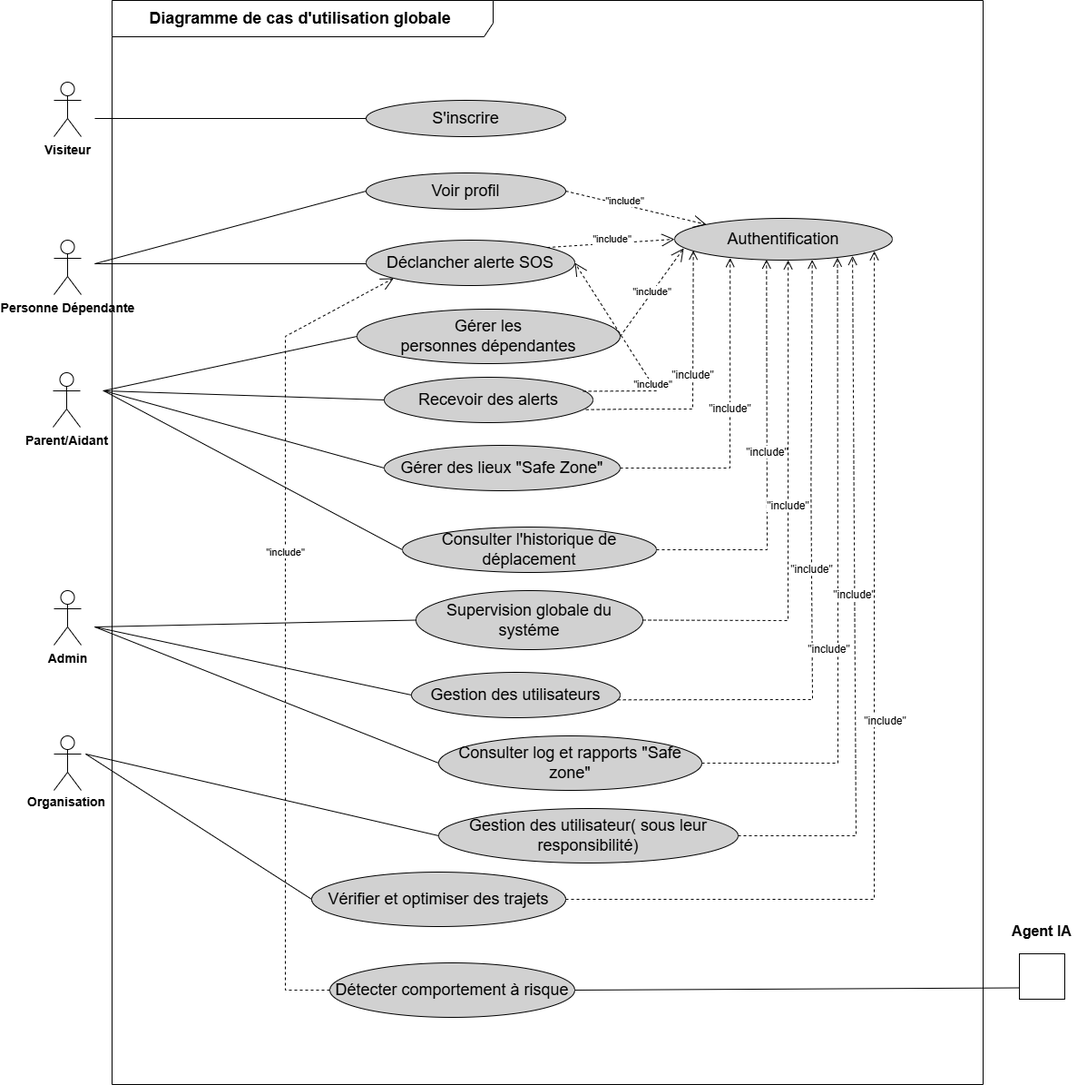
Before: images/uc globale finale.png, a diagram exported from draw.io (Hadil-fk/SafeTrack-rapport). Source tidied: cells renumbered, new cells last; positions are measured from the earlier drawing's top-left corner, leaving out a move shared by most shapes.
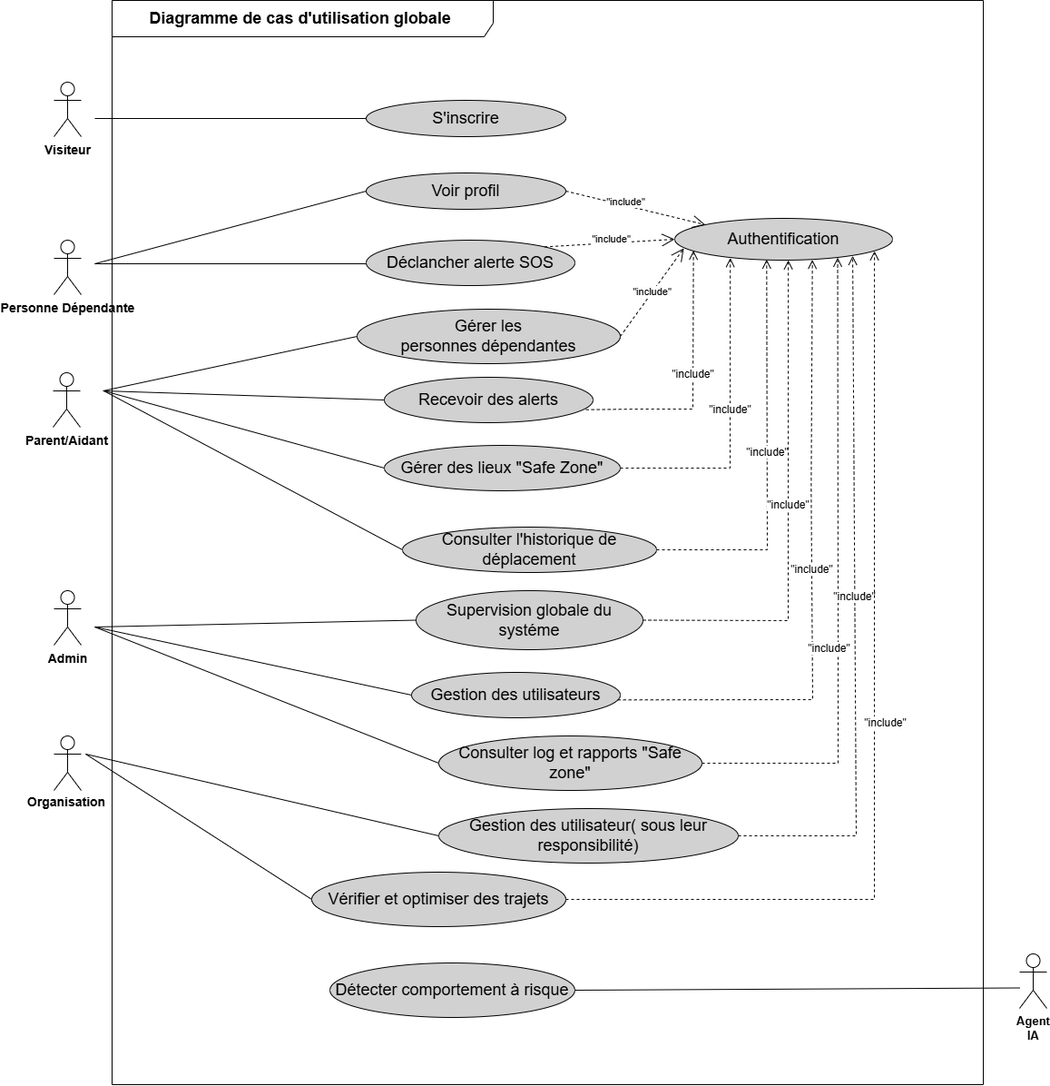
After the commit.

Change to the diagram source:
```diff
@@ -20,17 +20,17 @@
     <mxCell id="7" value="&lt;font style=&quot;font-size: 18px;&quot;&gt;Déclancher alerte SOS&lt;/font&gt;" style="ellipse;whiteSpace=wrap;html=1;fillColor=#D1D1D1;" parent="1" vertex="1">
       <mxGeometry x="360" y="264" width="230" height="50" as="geometry" />
     </mxCell>
-    <mxCell id="8" style="endArrow=none;html=1;rounded=0;entryX=0;entryY=0.5;entryDx=0;entryDy=0;" parent="1" edge="1" target="6">
-      <mxGeometry relative="1" as="geometry">
-        <mxPoint x="61" y="290" as="sourcePoint" />
-      </mxGeometry>
-    </mxCell>
-    <mxCell id="9" style="endArrow=none;html=1;rounded=0;" parent="1" edge="1">
-      <mxGeometry relative="1" as="geometry">
-        <mxPoint x="61" y="290" as="sourcePoint" />
-        <mxPoint x="360" y="290" as="targetPoint" />
-      </mxGeometry>
-    </mxCell>
+    <mxCell id="52" style="endArrow=none;html=1;rounded=0;entryX=0;entryY=0.5;entryDx=0;entryDy=0;" parent="1" edge="1" target="6">
+      <mxGeometry relative="1" as="geometry">
+        <mxPoint x="61" y="290" as="sourcePoint" />
+      </mxGeometry>
+    </mxCell>
+    <mxCell id="53" style="endArrow=none;html=1;rounded=0;" parent="1" edge="1">
+      <mxGeometry relative="1" as="geometry">
+        <mxPoint x="61" y="290" as="sourcePoint" />
+        <mxPoint x="360" y="290" as="targetPoint" />
+      </mxGeometry>
+    </mxCell>
     <mxCell id="10" value="&lt;font style=&quot;font-size: 18px;&quot;&gt;Authentification&lt;/font&gt;" style="ellipse;whiteSpace=wrap;html=1;fillColor=#D1D1D1;" parent="1" vertex="1">
       <mxGeometry x="700" y="240" width="240" height="46" as="geometry" />
     </mxCell>
@@ -52,27 +52,27 @@
     <mxCell id="16" value="&lt;font style=&quot;font-size: 18px;&quot;&gt;Consulter l'historique de déplacement&lt;/font&gt;" style="ellipse;whiteSpace=wrap;html=1;fillColor=#D1D1D1;" parent="1" vertex="1">
       <mxGeometry x="400" y="580" width="280" height="50" as="geometry" />
     </mxCell>
-    <mxCell id="17" style="endArrow=none;html=1;rounded=0;entryX=0;entryY=0.5;entryDx=0;entryDy=0;" parent="1" edge="1" target="13">
-      <mxGeometry relative="1" as="geometry">
-        <mxPoint x="70" y="430" as="sourcePoint" />
-      </mxGeometry>
-    </mxCell>
-    <mxCell id="18" style="endArrow=none;html=1;rounded=0;" parent="1" edge="1">
-      <mxGeometry relative="1" as="geometry">
-        <mxPoint x="71" y="430" as="sourcePoint" />
-        <mxPoint x="380" y="440" as="targetPoint" />
-      </mxGeometry>
-    </mxCell>
-    <mxCell id="19" style="endArrow=none;html=1;rounded=0;entryX=0;entryY=0.5;entryDx=0;entryDy=0;" parent="1" edge="1" target="15">
-      <mxGeometry relative="1" as="geometry">
-        <mxPoint x="71" y="430" as="sourcePoint" />
-      </mxGeometry>
-    </mxCell>
-    <mxCell id="20" style="endArrow=none;html=1;rounded=0;entryX=0;entryY=0.5;entryDx=0;entryDy=0;" parent="1" edge="1" target="16">
-      <mxGeometry relative="1" as="geometry">
-        <mxPoint x="71" y="430" as="sourcePoint" />
-      </mxGeometry>
-    </mxCell>
+    <mxCell id="54" style="endArrow=none;html=1;rounded=0;entryX=0;entryY=0.5;entryDx=0;entryDy=0;" parent="1" edge="1" target="13">
+      <mxGeometry relative="1" as="geometry">
+        <mxPoint x="70" y="430" as="sourcePoint" />
+      </mxGeometry>
+    </mxCell>
+    <mxCell id="55" style="endArrow=none;html=1;rounded=0;" parent="1" edge="1">
+      <mxGeometry relative="1" as="geometry">
+        <mxPoint x="71" y="430" as="sourcePoint" />
+        <mxPoint x="380" y="440" as="targetPoint" />
+      </mxGeometry>
+    </mxCell>
+    <mxCell id="56" style="endArrow=none;html=1;rounded=0;entryX=0;entryY=0.5;entryDx=0;entryDy=0;" parent="1" edge="1" target="15">
+      <mxGeometry relative="1" as="geometry">
+        <mxPoint x="71" y="430" as="sourcePoint" />
+      </mxGeometry>
+    </mxCell>
+    <mxCell id="57" style="endArrow=none;html=1;rounded=0;entryX=0;entryY=0.5;entryDx=0;entryDy=0;" parent="1" edge="1" target="16">
+      <mxGeometry relative="1" as="geometry">
+        <mxPoint x="71" y="430" as="sourcePoint" />
+      </mxGeometry>
+    </mxCell>
     <mxCell id="21" value="&lt;font style=&quot;font-size: 18px;&quot;&gt;Supervision globale du systéme&lt;/font&gt;" style="ellipse;whiteSpace=wrap;html=1;fillColor=#D1D1D1;" parent="1" vertex="1">
       <mxGeometry x="415" y="650" width="250" height="65" as="geometry" />
     </mxCell>
@@ -88,46 +88,42 @@
     <mxCell id="25" value="&lt;font style=&quot;font-size: 18px;&quot;&gt;Vérifier et optimiser des trajets&lt;/font&gt;" style="ellipse;whiteSpace=wrap;html=1;fillColor=#D1D1D1;" parent="1" vertex="1">
       <mxGeometry x="300" y="960" width="280" height="60" as="geometry" />
     </mxCell>
-    <mxCell id="26" style="endArrow=none;html=1;rounded=0;entryX=0;entryY=0.5;entryDx=0;entryDy=0;" parent="1" edge="1" target="21">
-      <mxGeometry relative="1" as="geometry">
-        <mxPoint x="61" y="690" as="sourcePoint" />
-      </mxGeometry>
-    </mxCell>
-    <mxCell id="27" style="endArrow=none;html=1;rounded=0;entryX=0;entryY=0.5;entryDx=0;entryDy=0;" parent="1" edge="1" target="22">
-      <mxGeometry relative="1" as="geometry">
-        <mxPoint x="61" y="690" as="sourcePoint" />
-      </mxGeometry>
-    </mxCell>
-    <mxCell id="28" style="endArrow=none;html=1;rounded=0;entryX=0;entryY=0.5;entryDx=0;entryDy=0;" parent="1" edge="1" target="23">
-      <mxGeometry relative="1" as="geometry">
-        <mxPoint x="61" y="690" as="sourcePoint" />
-      </mxGeometry>
-    </mxCell>
-    <mxCell id="29" style="endArrow=none;html=1;rounded=0;entryX=0;entryY=0.5;entryDx=0;entryDy=0;" parent="1" edge="1" target="24">
-      <mxGeometry relative="1" as="geometry">
-        <mxPoint x="51" y="830" as="sourcePoint" />
-      </mxGeometry>
-    </mxCell>
-    <mxCell id="30" style="endArrow=none;html=1;rounded=0;fontSize=12;startSize=8;endSize=8;curved=1;entryX=0;entryY=0.5;entryDx=0;entryDy=0;" parent="1" edge="1" target="25">
-      <mxGeometry relative="1" as="geometry">
-        <mxPoint x="51" y="830" as="sourcePoint" />
-      </mxGeometry>
-    </mxCell>
+    <mxCell id="58" style="endArrow=none;html=1;rounded=0;entryX=0;entryY=0.5;entryDx=0;entryDy=0;" parent="1" edge="1" target="21">
+      <mxGeometry relative="1" as="geometry">
+        <mxPoint x="61" y="690" as="sourcePoint" />
+      </mxGeometry>
+    </mxCell>
+    <mxCell id="59" style="endArrow=none;html=1;rounded=0;entryX=0;entryY=0.5;entryDx=0;entryDy=0;" parent="1" edge="1" target="22">
+      <mxGeometry relative="1" as="geometry">
+        <mxPoint x="61" y="690" as="sourcePoint" />
+      </mxGeometry>
+    </mxCell>
+    <mxCell id="60" style="endArrow=none;html=1;rounded=0;entryX=0;entryY=0.5;entryDx=0;entryDy=0;" parent="1" edge="1" target="23">
+      <mxGeometry relative="1" as="geometry">
+        <mxPoint x="61" y="690" as="sourcePoint" />
+      </mxGeometry>
+    </mxCell>
+    <mxCell id="61" style="endArrow=none;html=1;rounded=0;entryX=0;entryY=0.5;entryDx=0;entryDy=0;" parent="1" edge="1" target="24">
+      <mxGeometry relative="1" as="geometry">
+        <mxPoint x="51" y="830" as="sourcePoint" />
+      </mxGeometry>
+    </mxCell>
+    <mxCell id="62" style="endArrow=none;html=1;rounded=0;fontSize=12;startSize=8;endSize=8;curved=1;entryX=0;entryY=0.5;entryDx=0;entryDy=0;" parent="1" edge="1" target="25">
+      <mxGeometry relative="1" as="geometry">
+        <mxPoint x="51" y="830" as="sourcePoint" />
+      </mxGeometry>
+    </mxCell>
     <mxCell id="31" value="&lt;font style=&quot;font-size: 14px;&quot;&gt;&lt;b style=&quot;&quot;&gt;Organisation&lt;/b&gt;&lt;/font&gt;" style="text;html=1;whiteSpace=wrap;strokeColor=none;fillColor=none;align=center;verticalAlign=middle;rounded=0;fontSize=16;" parent="1" vertex="1">
       <mxGeometry y="867" width="60" height="30" as="geometry" />
     </mxCell>
-    <mxCell id="32" style="whiteSpace=wrap;html=1;" parent="1" vertex="1">
-      <mxGeometry x="1080" y="1050" width="50" height="50" as="geometry" />
-    </mxCell>
-    <mxCell id="33" value="&lt;b&gt;Agent IA&lt;/b&gt;" style="text;html=1;whiteSpace=wrap;strokeColor=none;fillColor=none;align=center;verticalAlign=middle;rounded=0;fontSize=16;" parent="1" vertex="1">
-      <mxGeometry x="1055" y="1010" width="100" height="30" as="geometry" />
-    </mxCell>
     <mxCell id="34" value="&lt;font style=&quot;font-size: 18px;&quot;&gt;Détecter comportement à risque&lt;/font&gt;" style="ellipse;whiteSpace=wrap;html=1;fillColor=#D1D1D1;" parent="1" vertex="1">
       <mxGeometry x="320" y="1060" width="270" height="60" as="geometry" />
     </mxCell>
-    <mxCell id="35" style="endArrow=none;html=1;rounded=0;fontSize=12;startSize=8;endSize=8;curved=1;entryX=0;entryY=0.75;entryDx=0;entryDy=0;exitX=1;exitY=0.5;exitDx=0;exitDy=0;" parent="1" edge="1" source="34" target="32">
-      <mxGeometry relative="1" as="geometry" />
-    </mxCell>
+    <mxCell id="63" style="endArrow=none;html=1;rounded=0;fontSize=12;startSize=8;endSize=8;curved=1;entryX=0;entryY=0.75;entryDx=0;entryDy=0;exitX=1;exitY=0.5;exitDx=0;exitDy=0;" parent="1" edge="1" source="34">
+      <mxGeometry relative="1" as="geometry">
+        <mxPoint x="1080" y="1087.5" as="targetPoint" />
+      </mxGeometry>
+    </mxCell>
     <mxCell id="36" value="&quot;include&quot;" style="html=1;verticalAlign=bottom;endArrow=open;dashed=1;endSize=8;curved=0;rounded=0;fontSize=12;exitX=1;exitY=0.5;exitDx=0;exitDy=0;entryX=0.255;entryY=0.948;entryDx=0;entryDy=0;entryPerimeter=0;" parent="1" edge="1" source="15" target="10">
       <mxGeometry relative="1" as="geometry">
         <Array as="points">
@@ -193,40 +189,26 @@
     <mxCell id="44" style="edgeStyle=none;curved=1;rounded=0;orthogonalLoop=1;jettySize=auto;html=1;exitX=1;exitY=1;exitDx=0;exitDy=0;exitPerimeter=0;fontSize=12;startSize=8;endSize=8;" parent="1" edge="1" source="4" target="4">
       <mxGeometry relative="1" as="geometry" />
     </mxCell>
-    <mxCell id="45" value="&quot;include&quot;" style="endArrow=open;endSize=12;dashed=1;html=1;rounded=0;entryX=0;entryY=1;entryDx=0;entryDy=0;" parent="1" edge="1" target="7">
-      <mxGeometry x="0.17" relative="1" as="geometry">
-        <mxPoint x="320" y="1090" as="sourcePoint" />
-        <Array as="points">
-          <mxPoint x="271" y="1090" />
-          <mxPoint x="271" y="570" />
-          <mxPoint x="271" y="370" />
-        </Array>
-      </mxGeometry>
-    </mxCell>
     <mxCell id="46" value="&quot;include&quot;" style="endArrow=open;endSize=12;dashed=1;html=1;rounded=0;exitX=1;exitY=0.5;exitDx=0;exitDy=0;entryX=0.042;entryY=0.715;entryDx=0;entryDy=0;entryPerimeter=0;" parent="1" edge="1" source="13" target="10">
       <mxGeometry relative="1" as="geometry" />
     </mxCell>
-    <mxCell id="47" value="&quot;include&quot;" style="endArrow=open;endSize=12;dashed=1;html=1;rounded=0;exitX=0.953;exitY=0.309;exitDx=0;exitDy=0;entryX=1;entryY=0.5;entryDx=0;entryDy=0;exitPerimeter=0;" parent="1" edge="1" source="14" target="7">
-      <mxGeometry x="-0.28" relative="1" as="geometry">
-        <Array as="points">
-          <mxPoint x="680" y="430" />
-        </Array>
-      </mxGeometry>
-    </mxCell>
     <mxCell id="48" style="shape=umlActor;verticalLabelPosition=bottom;verticalAlign=top;html=1;" parent="1" vertex="1">
       <mxGeometry x="16" y="810" width="30" height="60" as="geometry" />
     </mxCell>
     <mxCell id="49" value="&lt;b&gt;&lt;font style=&quot;font-size: 14px;&quot;&gt;Visiteur&lt;/font&gt;&lt;/b&gt;" style="shape=umlActor;verticalLabelPosition=bottom;verticalAlign=top;html=1;" parent="1" vertex="1">
       <mxGeometry x="16" y="90" width="30" height="60" as="geometry" />
     </mxCell>
-    <mxCell id="50" style="rounded=0;orthogonalLoop=1;jettySize=auto;html=1;exitX=0;exitY=0.5;exitDx=0;exitDy=0;endArrow=none;endFill=0;" parent="1" edge="1">
-      <mxGeometry relative="1" as="geometry">
-        <mxPoint x="391" y="130" as="sourcePoint" />
-        <mxPoint x="61" y="130" as="targetPoint" />
-      </mxGeometry>
-    </mxCell>
+    <mxCell id="64" style="rounded=0;orthogonalLoop=1;jettySize=auto;html=1;exitX=0;exitY=0.5;exitDx=0;exitDy=0;endArrow=none;endFill=0;" parent="1" edge="1">
+      <mxGeometry relative="1" as="geometry">
+        <mxPoint x="391" y="130" as="sourcePoint" />
+        <mxPoint x="61" y="130" as="targetPoint" />
+      </mxGeometry>
+    </mxCell>
     <mxCell id="51" value="&lt;font style=&quot;font-size: 18px;&quot;&gt;S'inscrire&lt;/font&gt;" style="ellipse;whiteSpace=wrap;html=1;fillColor=#D1D1D1;" parent="1" vertex="1">
       <mxGeometry x="360" y="110" width="220" height="40" as="geometry" />
     </mxCell>
+    <mxCell id="33" value="&lt;b style=&quot;white-space: normal;&quot;&gt;&lt;font style=&quot;font-size: 13px;&quot;&gt;Agent IA&lt;/font&gt;&lt;/b&gt;" style="shape=umlActor;verticalLabelPosition=bottom;verticalAlign=top;html=1;" parent="1" vertex="1">
+      <mxGeometry x="1080" y="1050" width="30" height="60" as="geometry" />
+    </mxCell>
   </root>
 </mxGraphModel>
```
